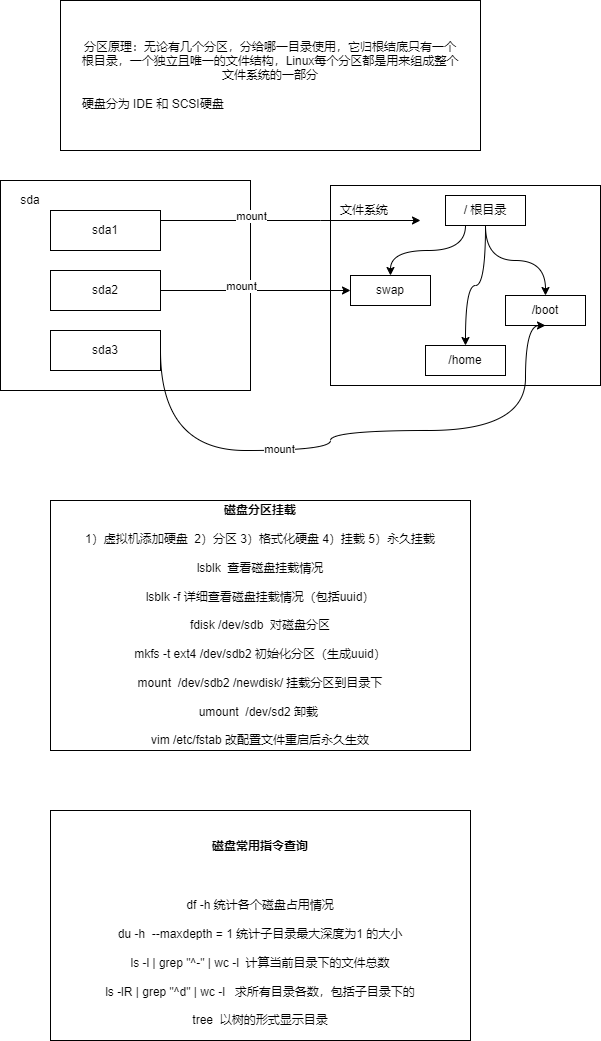
The draw.io diagram 磁盘操作.png in NilPointerError/linux_learning, before a commit. Source tidied: cells renumbered, new cells last; positions are measured from the earlier drawing's top-left corner, leaving out a move shared by most shapes. The source it was exported from:
```xml
<mxGraphModel background="#ffffff">
  <root>
    <mxCell id="0" />
    <mxCell id="1" parent="0" />
    <mxCell id="2" value="&lt;b style=&quot;background-color: initial;&quot;&gt;磁盘分区挂载&lt;br&gt;&lt;/b&gt;&lt;br&gt;1）虚拟机添加硬盘&amp;nbsp; 2）分区 3）格式化硬盘 4）挂载 5）永久挂载&lt;br&gt;&lt;br&gt;lsblk&amp;nbsp; 查看磁盘挂载情况&lt;br&gt;&lt;br&gt;lsblk -f 详细查看磁盘挂载情况（包括uuid）&lt;br&gt;&amp;nbsp;&lt;br&gt;fdisk /dev/sdb&amp;nbsp; 对磁盘分区&lt;br&gt;&lt;br&gt;mkfs -t ext4 /dev/sdb2 初始化分区（生成uuid）&lt;br&gt;&lt;br&gt;mount&amp;nbsp; /dev/sdb2 /newdisk/ 挂载分区到目录下&lt;br&gt;&lt;br&gt;umount&amp;nbsp; /dev/sd2 卸载&amp;nbsp;&lt;br&gt;&lt;br&gt;vim /etc/fstab 改配置文件重启后永久生效" style="rounded=0;whiteSpace=wrap;html=1;" parent="1" vertex="1">
      <mxGeometry x="50" y="500" width="420" height="250" as="geometry" />
    </mxCell>
    <mxCell id="3" style="edgeStyle=orthogonalEdgeStyle;rounded=0;orthogonalLoop=1;jettySize=auto;html=1;exitX=0.5;exitY=1;exitDx=0;exitDy=0;" parent="1" edge="1" source="2" target="2">
      <mxGeometry relative="1" as="geometry" />
    </mxCell>
    <mxCell id="4" value="&lt;h4&gt;&lt;b&gt;磁盘常用指令查询&lt;/b&gt;&lt;/h4&gt;&lt;br&gt;&lt;br&gt;df -h 统计各个磁盘占用情况&lt;br&gt;&lt;br&gt;du -h&amp;nbsp; --maxdepth = 1 统计子目录最大深度为1 的大小&lt;br&gt;&lt;br&gt;ls -l | grep &quot;^-&quot; | wc -l&amp;nbsp; 计算当前目录下的文件总数&lt;br&gt;&lt;br&gt;ls -lR | grep &quot;^d&quot; | wc -l&amp;nbsp; &amp;nbsp;求所有目录各数，包括子目录下的&lt;br&gt;&lt;br&gt;tree&amp;nbsp; 以树的形式显示目录" style="rounded=0;whiteSpace=wrap;html=1;" parent="1" vertex="1">
      <mxGeometry x="50" y="810" width="420" height="230" as="geometry" />
    </mxCell>
    <mxCell id="5" value="分区原理：无论有几个分区，分给哪一目录使用，它归根结底只有一个&lt;br&gt;根目录，一个独立且唯一的文件结构，Linux每个分区都是用来组成整个&lt;br&gt;文件系统的一部分&lt;br&gt;&lt;br&gt;&lt;div style=&quot;text-align: left;&quot;&gt;&lt;span style=&quot;background-color: initial;&quot;&gt;硬盘分为 IDE 和 SCSI硬盘&lt;/span&gt;&lt;/div&gt;" style="rounded=0;whiteSpace=wrap;html=1;" parent="1" vertex="1">
      <mxGeometry x="60" width="420" height="150" as="geometry" />
    </mxCell>
    <mxCell id="6" style="edgeStyle=orthogonalEdgeStyle;rounded=0;jettySize=auto;html=1;exitX=0.25;exitY=1;exitDx=0;exitDy=0;entryX=0.5;entryY=0;entryDx=0;entryDy=0;curved=1;" parent="1" edge="1" source="9" target="10">
      <mxGeometry relative="1" as="geometry" />
    </mxCell>
    <mxCell id="7" style="edgeStyle=orthogonalEdgeStyle;rounded=0;jettySize=auto;html=1;exitX=0.5;exitY=1;exitDx=0;exitDy=0;curved=1;" parent="1" edge="1" source="9" target="11">
      <mxGeometry relative="1" as="geometry" />
    </mxCell>
    <mxCell id="8" style="edgeStyle=orthogonalEdgeStyle;rounded=0;jettySize=auto;html=1;entryX=0.5;entryY=0;entryDx=0;entryDy=0;curved=1;" parent="1" edge="1" source="9" target="12">
      <mxGeometry relative="1" as="geometry" />
    </mxCell>
    <mxCell id="9" value="/ 根目录" style="rounded=0;whiteSpace=wrap;html=1;" parent="1" vertex="1">
      <mxGeometry x="445" y="195" width="80" height="30" as="geometry" />
    </mxCell>
    <mxCell id="10" value="swap" style="rounded=0;whiteSpace=wrap;html=1;" parent="1" vertex="1">
      <mxGeometry x="350" y="275" width="80" height="30" as="geometry" />
    </mxCell>
    <mxCell id="11" value="/boot" style="rounded=0;whiteSpace=wrap;html=1;" parent="1" vertex="1">
      <mxGeometry x="505" y="295" width="80" height="30" as="geometry" />
    </mxCell>
    <mxCell id="12" value="/home" style="rounded=0;whiteSpace=wrap;html=1;" parent="1" vertex="1">
      <mxGeometry x="425" y="345" width="80" height="30" as="geometry" />
    </mxCell>
    <mxCell id="13" style="rounded=0;whiteSpace=wrap;html=1;" parent="1" vertex="1">
      <mxGeometry y="180" width="250" height="210" as="geometry" />
    </mxCell>
    <mxCell id="14" value="sda1" style="rounded=0;whiteSpace=wrap;html=1;" parent="1" vertex="1">
      <mxGeometry x="50" y="210" width="110" height="40" as="geometry" />
    </mxCell>
    <mxCell id="15" style="edgeStyle=orthogonalEdgeStyle;rounded=0;jettySize=auto;html=1;exitX=1;exitY=0.5;exitDx=0;exitDy=0;entryX=0;entryY=0.5;entryDx=0;entryDy=0;" parent="1" edge="1" source="16" target="10">
      <mxGeometry relative="1" as="geometry" />
    </mxCell>
    <mxCell id="16" value="sda2" style="rounded=0;whiteSpace=wrap;html=1;" parent="1" vertex="1">
      <mxGeometry x="50" y="270" width="110" height="40" as="geometry" />
    </mxCell>
    <mxCell id="17" style="edgeStyle=orthogonalEdgeStyle;rounded=0;jettySize=auto;html=1;exitX=1;exitY=0.5;exitDx=0;exitDy=0;entryX=0.5;entryY=1;entryDx=0;entryDy=0;strokeColor=none;curved=1;" parent="1" edge="1" source="20" target="11">
      <mxGeometry relative="1" as="geometry">
        <Array as="points">
          <mxPoint x="323" y="350" />
          <mxPoint x="323" y="360" />
          <mxPoint x="525" y="360" />
        </Array>
      </mxGeometry>
    </mxCell>
    <mxCell id="18" style="edgeStyle=orthogonalEdgeStyle;rounded=0;jettySize=auto;html=1;exitX=1;exitY=0.5;exitDx=0;exitDy=0;entryX=0.5;entryY=1;entryDx=0;entryDy=0;curved=1;" parent="1" edge="1" source="20" target="11">
      <mxGeometry relative="1" as="geometry">
        <Array as="points">
          <mxPoint x="160" y="450" />
          <mxPoint x="330" y="450" />
          <mxPoint x="330" y="430" />
          <mxPoint x="525" y="430" />
        </Array>
      </mxGeometry>
    </mxCell>
    <mxCell id="19" value="mount" style="edgeLabel;html=1;align=center;verticalAlign=middle;" parent="18" vertex="1">
      <mxGeometry x="-0.29" y="2" relative="1" as="geometry" />
    </mxCell>
    <mxCell id="20" value="sda3" style="rounded=0;whiteSpace=wrap;html=1;" parent="1" vertex="1">
      <mxGeometry x="50" y="330" width="110" height="40" as="geometry" />
    </mxCell>
    <mxCell id="21" value="sda" style="text;html=1;strokeColor=none;fillColor=none;align=center;verticalAlign=middle;whiteSpace=wrap;rounded=0;" parent="1" vertex="1">
      <mxGeometry y="185" width="60" height="30" as="geometry" />
    </mxCell>
    <mxCell id="22" style="edgeStyle=orthogonalEdgeStyle;rounded=0;jettySize=auto;html=1;curved=1;" parent="1" edge="1" source="14">
      <mxGeometry relative="1" as="geometry">
        <mxPoint x="420" y="220" as="targetPoint" />
        <Array as="points">
          <mxPoint x="320" y="220" />
        </Array>
      </mxGeometry>
    </mxCell>
    <mxCell id="23" style="rounded=0;whiteSpace=wrap;html=1;fillColor=none;" parent="1" vertex="1">
      <mxGeometry x="330" y="185" width="270" height="200" as="geometry" />
    </mxCell>
    <mxCell id="24" value="文件系统" style="text;html=1;strokeColor=none;fillColor=none;align=center;verticalAlign=middle;whiteSpace=wrap;rounded=0;" parent="1" vertex="1">
      <mxGeometry x="334" y="195" width="60" height="30" as="geometry" />
    </mxCell>
    <mxCell id="25" value="mount" style="edgeLabel;html=1;align=center;verticalAlign=middle;" parent="1" vertex="1">
      <mxGeometry x="240" y="285" as="geometry" />
    </mxCell>
    <mxCell id="26" value="mount" style="edgeLabel;html=1;align=center;verticalAlign=middle;" parent="1" vertex="1">
      <mxGeometry x="250" y="215" as="geometry" />
    </mxCell>
  </root>
</mxGraphModel>
```
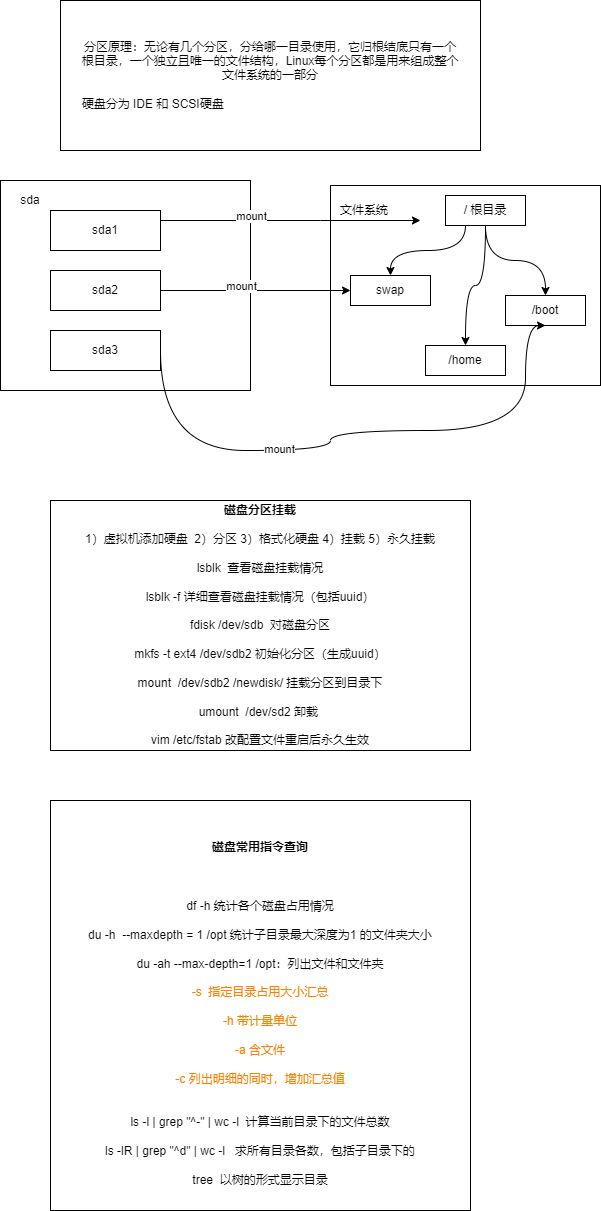
After the commit.

Change to the diagram source:
```diff
@@ -8,8 +8,8 @@
     <mxCell id="3" style="edgeStyle=orthogonalEdgeStyle;rounded=0;orthogonalLoop=1;jettySize=auto;html=1;exitX=0.5;exitY=1;exitDx=0;exitDy=0;" parent="1" edge="1" source="2" target="2">
       <mxGeometry relative="1" as="geometry" />
     </mxCell>
-    <mxCell id="4" value="&lt;h4&gt;&lt;b&gt;磁盘常用指令查询&lt;/b&gt;&lt;/h4&gt;&lt;br&gt;&lt;br&gt;df -h 统计各个磁盘占用情况&lt;br&gt;&lt;br&gt;du -h&amp;nbsp; --maxdepth = 1 统计子目录最大深度为1 的大小&lt;br&gt;&lt;br&gt;ls -l | grep &quot;^-&quot; | wc -l&amp;nbsp; 计算当前目录下的文件总数&lt;br&gt;&lt;br&gt;ls -lR | grep &quot;^d&quot; | wc -l&amp;nbsp; &amp;nbsp;求所有目录各数，包括子目录下的&lt;br&gt;&lt;br&gt;tree&amp;nbsp; 以树的形式显示目录" style="rounded=0;whiteSpace=wrap;html=1;" parent="1" vertex="1">
-      <mxGeometry x="50" y="810" width="420" height="230" as="geometry" />
+    <mxCell id="4" value="&lt;h4&gt;&lt;b&gt;磁盘常用指令查询&lt;/b&gt;&lt;/h4&gt;&lt;br&gt;&lt;br&gt;df -h 统计各个磁盘占用情况&lt;br&gt;&lt;br&gt;du -h&amp;nbsp; --maxdepth = 1 /opt 统计子目录最大深度为1 的文件夹大小&lt;br&gt;&lt;br&gt;du -ah --max-depth=1 /opt：列出文件和文件夹&lt;br&gt;&lt;br&gt;&lt;font color=&quot;#ff8000&quot;&gt;-s&amp;nbsp; 指定目录占用大小汇总&lt;br&gt;&lt;br&gt;-h 带计量单位&lt;br&gt;&lt;br&gt;-a 含文件&lt;br&gt;&lt;br&gt;-c 列出明细的同时，增加汇总值&lt;br&gt;&lt;/font&gt;&lt;br&gt;&lt;br&gt;ls -l | grep &quot;^-&quot; | wc -l&amp;nbsp; 计算当前目录下的文件总数&lt;br&gt;&lt;br&gt;ls -lR | grep &quot;^d&quot; | wc -l&amp;nbsp; &amp;nbsp;求所有目录各数，包括子目录下的&lt;br&gt;&lt;br&gt;tree&amp;nbsp; 以树的形式显示目录" style="rounded=0;whiteSpace=wrap;html=1;" parent="1" vertex="1">
+      <mxGeometry x="50" y="800" width="420" height="410" as="geometry" />
     </mxCell>
     <mxCell id="5" value="分区原理：无论有几个分区，分给哪一目录使用，它归根结底只有一个&lt;br&gt;根目录，一个独立且唯一的文件结构，Linux每个分区都是用来组成整个&lt;br&gt;文件系统的一部分&lt;br&gt;&lt;br&gt;&lt;div style=&quot;text-align: left;&quot;&gt;&lt;span style=&quot;background-color: initial;&quot;&gt;硬盘分为 IDE 和 SCSI硬盘&lt;/span&gt;&lt;/div&gt;" style="rounded=0;whiteSpace=wrap;html=1;" parent="1" vertex="1">
       <mxGeometry x="60" width="420" height="150" as="geometry" />
```
